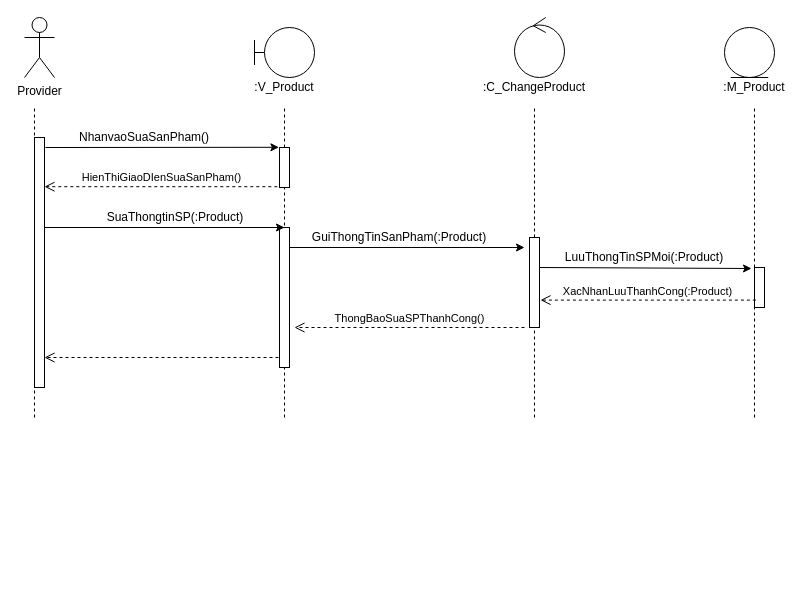
Above: Sequence/SuaSanPham.drawio in hoangminh15/PTTKHT (draw.io), before the change. Source tidied: cells renumbered, new cells numbered last; positions are measured from the earlier drawing's top-left corner, leaving out a move shared by most shapes. Both pictures are drawn from the tidied source at 100%, with x=0, y=0 at pixel (24, 17).
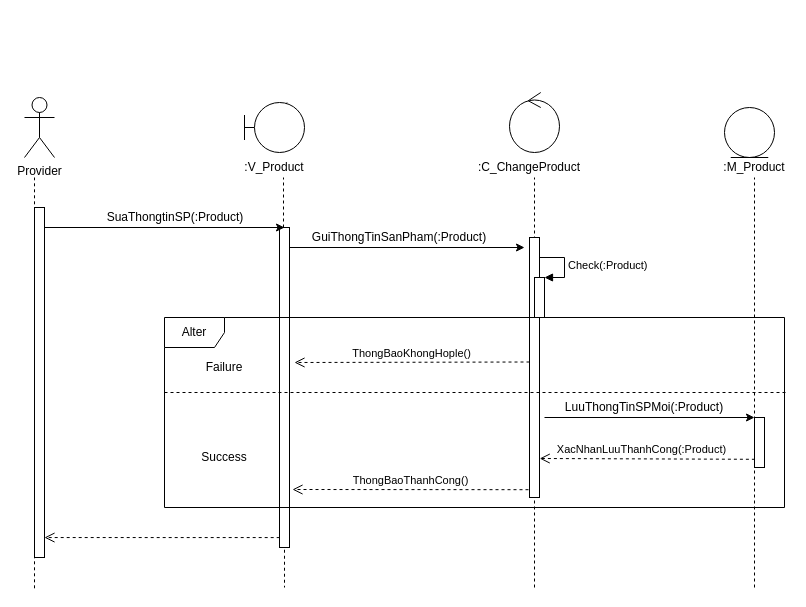
After the change.

What changed in the source:
```diff
@@
     <mxCell id="2" value="Provider" style="shape=umlActor;verticalLabelPosition=bottom;verticalAlign=top;html=1;" parent="1" vertex="1">
-      <mxGeometry width="30" height="60" as="geometry" />
+      <mxGeometry y="80" width="30" height="60" as="geometry" />
     </mxCell>
     <mxCell id="3" style="ellipse;shape=umlControl;whiteSpace=wrap;html=1;" parent="1" vertex="1">
-      <mxGeometry x="490" width="50" height="60" as="geometry" />
+      <mxGeometry x="485" y="75" width="50" height="60" as="geometry" />
     </mxCell>
     <mxCell id="4" value=":V_Product" style="text;html=1;strokeColor=none;fillColor=none;align=center;verticalAlign=middle;whiteSpace=wrap;rounded=0;" parent="1" vertex="1">
-      <mxGeometry x="240" y="60" width="40" height="20" as="geometry" />
+      <mxGeometry x="230" y="140" width="40" height="20" as="geometry" />
     </mxCell>
-    <mxCell id="5" style="shape=umlBoundary;whiteSpace=wrap;html=1;" parent="1" vertex="1">
-      <mxGeometry x="230" y="10" width="60" height="50" as="geometry" />
-    </mxCell>
     <mxCell id="6" style="ellipse;shape=umlEntity;whiteSpace=wrap;html=1;" parent="1" vertex="1">
-      <mxGeometry x="700" y="10" width="50" height="50" as="geometry" />
+      <mxGeometry x="700" y="90" width="50" height="50" as="geometry" />
     </mxCell>
     <mxCell id="7" value=":C_ChangeProduct" style="text;html=1;strokeColor=none;fillColor=none;align=center;verticalAlign=middle;whiteSpace=wrap;rounded=0;" parent="1" vertex="1">
-      <mxGeometry x="490" y="60" width="40" height="20" as="geometry" />
+      <mxGeometry x="485" y="140" width="40" height="20" as="geometry" />
     </mxCell>
     <mxCell id="8" value=":M_Product" style="text;html=1;strokeColor=none;fillColor=none;align=center;verticalAlign=middle;whiteSpace=wrap;rounded=0;" parent="1" vertex="1">
-      <mxGeometry x="710" y="60" width="40" height="20" as="geometry" />
+      <mxGeometry x="710" y="140" width="40" height="20" as="geometry" />
     </mxCell>
     <mxCell id="9" style="endArrow=none;dashed=1;html=1;" parent="1" edge="1">
       <mxGeometry relative="1" as="geometry">
-        <mxPoint x="730" y="400" as="sourcePoint" />
-        <mxPoint x="730" y="90" as="targetPoint" />
+        <mxPoint x="730" y="570" as="sourcePoint" />
+        <mxPoint x="730" y="160" as="targetPoint" />
       </mxGeometry>
     </mxCell>
     <mxCell id="10" style="endArrow=none;dashed=1;html=1;" parent="1" edge="1">
       <mxGeometry relative="1" as="geometry">
-        <mxPoint x="510" y="400" as="sourcePoint" />
-        <mxPoint x="510" y="90" as="targetPoint" />
+        <mxPoint x="510" y="570" as="sourcePoint" />
+        <mxPoint x="510" y="160" as="targetPoint" />
       </mxGeometry>
     </mxCell>
-    <mxCell id="11" style="endArrow=none;dashed=1;html=1;" parent="1" edge="1">
+    <mxCell id="11" style="endArrow=none;dashed=1;html=1;" parent="1" edge="1" source="5">
       <mxGeometry relative="1" as="geometry">
-        <mxPoint x="260" y="400" as="sourcePoint" />
         <mxPoint x="260" y="90" as="targetPoint" />
       </mxGeometry>
     </mxCell>
     <mxCell id="12" style="endArrow=none;dashed=1;html=1;" parent="1" edge="1">
       <mxGeometry relative="1" as="geometry">
-        <mxPoint x="10" y="400" as="sourcePoint" />
-        <mxPoint x="10" y="90" as="targetPoint" />
+        <mxPoint x="10" y="570.8" as="sourcePoint" />
+        <mxPoint x="10" y="160" as="targetPoint" />
       </mxGeometry>
     </mxCell>
     <mxCell id="13" style="html=1;points=[];perimeter=orthogonalPerimeter;" parent="1" vertex="1">
-      <mxGeometry x="10" y="120" width="10" height="250" as="geometry" />
+      <mxGeometry x="10" y="190" width="10" height="350" as="geometry" />
     </mxCell>
-    <mxCell id="14" style="html=1;points=[];perimeter=orthogonalPerimeter;" parent="1" vertex="1">
-      <mxGeometry x="255" y="130" width="10" height="40" as="geometry" />
-    </mxCell>
-    <mxCell id="15" value="HienThiGiaoDIenSuaSanPham()" style="html=1;verticalAlign=bottom;endArrow=open;dashed=1;endSize=8;exitX=-0.22;exitY=0.98;exitDx=0;exitDy=0;exitPerimeter=0;" parent="1" edge="1" source="14" target="13">
-      <mxGeometry relative="1" as="geometry" />
-    </mxCell>
     <mxCell id="16" style="html=1;points=[];perimeter=orthogonalPerimeter;" parent="1" vertex="1">
-      <mxGeometry x="255" y="210" width="10" height="140" as="geometry" />
+      <mxGeometry x="255" y="210" width="10" height="320" as="geometry" />
     </mxCell>
     <mxCell id="17" style="html=1;points=[];perimeter=orthogonalPerimeter;" parent="1" vertex="1">
-      <mxGeometry x="505" y="220" width="10" height="90" as="geometry" />
+      <mxGeometry x="505" y="220" width="10" height="260" as="geometry" />
     </mxCell>
-    <mxCell id="18" style="html=1;points=[];perimeter=orthogonalPerimeter;" parent="1" vertex="1">
-      <mxGeometry x="730" y="250" width="10" height="40" as="geometry" />
-    </mxCell>
-    <mxCell id="19" style="endArrow=classic;html=1;entryX=-0.06;entryY=-0.005;entryDx=0;entryDy=0;entryPerimeter=0;" parent="1" edge="1" target="14">
-      <mxGeometry relative="1" as="geometry">
-        <mxPoint x="21" y="130" as="sourcePoint" />
-      </mxGeometry>
-    </mxCell>
-    <mxCell id="20" value="NhanvaoSuaSanPham()" style="text;html=1;strokeColor=none;fillColor=none;align=center;verticalAlign=middle;whiteSpace=wrap;rounded=0;" parent="1" vertex="1">
-      <mxGeometry x="100" y="110" width="40" height="20" as="geometry" />
-    </mxCell>
@@
-    <mxCell id="25" style="endArrow=classic;html=1;" parent="1" edge="1">
-      <mxGeometry relative="1" as="geometry">
-        <mxPoint x="515" y="250" as="sourcePoint" />
-        <mxPoint x="727" y="251" as="targetPoint" />
-      </mxGeometry>
-    </mxCell>
     <mxCell id="26" value="LuuThongTinSPMoi(:Product)" style="text;html=1;strokeColor=none;fillColor=none;align=center;verticalAlign=middle;whiteSpace=wrap;rounded=0;" parent="1" vertex="1">
-      <mxGeometry x="600" y="230" width="40" height="20" as="geometry" />
+      <mxGeometry x="600" y="380" width="40" height="20" as="geometry" />
     </mxCell>
-    <mxCell id="27" value="XacNhanLuuThanhCong(:Product)" style="html=1;verticalAlign=bottom;endArrow=open;dashed=1;endSize=8;exitX=0.04;exitY=0.815;exitDx=0;exitDy=0;exitPerimeter=0;" parent="1" edge="1">
-      <mxGeometry relative="1" as="geometry">
-        <mxPoint x="731.4" y="282.6" as="sourcePoint" />
-        <mxPoint x="516" y="282.6" as="targetPoint" />
-      </mxGeometry>
+    <mxCell id="27" value="XacNhanLuuThanhCong(:Product)" style="html=1;verticalAlign=bottom;endArrow=open;dashed=1;endSize=8;entryX=1.02;entryY=0.85;entryDx=0;entryDy=0;entryPerimeter=0;exitX=0.04;exitY=0.836;exitDx=0;exitDy=0;exitPerimeter=0;" parent="1" edge="1" source="18" target="17">
+      <mxGeometry x="0.05" relative="1" as="geometry" />
     </mxCell>
-    <mxCell id="28" value="ThongBaoSuaSPThanhCong()" style="html=1;verticalAlign=bottom;endArrow=open;dashed=1;endSize=8;" parent="1" edge="1">
+    <mxCell id="28" value="ThongBaoKhongHople()" style="html=1;verticalAlign=bottom;endArrow=open;dashed=1;endSize=8;" parent="1" edge="1">
       <mxGeometry relative="1" as="geometry">
-        <mxPoint x="500" y="310" as="sourcePoint" />
-        <mxPoint x="270" y="310" as="targetPoint" />
+        <mxPoint x="505" y="344.5" as="sourcePoint" />
+        <mxPoint x="270" y="345" as="targetPoint" />
       </mxGeometry>
     </mxCell>
-    <mxCell id="29" style="html=1;verticalAlign=bottom;endArrow=open;dashed=1;endSize=8;" parent="1" edge="1" target="13">
-      <mxGeometry relative="1" as="geometry">
-        <mxPoint x="254" y="340" as="sourcePoint" />
-      </mxGeometry>
-    </mxCell>
+    <mxCell id="30" style="html=1;points=[];perimeter=orthogonalPerimeter;" parent="1" vertex="1">
+      <mxGeometry x="510" y="260" width="10" height="40" as="geometry" />
+    </mxCell>
+    <mxCell id="31" value="Check(:Product)" style="edgeStyle=orthogonalEdgeStyle;html=1;align=left;spacingLeft=2;endArrow=block;rounded=0;entryX=1;entryY=0;" parent="1" edge="1" target="30">
+      <mxGeometry relative="1" as="geometry">
+        <mxPoint x="515" y="240" as="sourcePoint" />
+        <Array as="points">
+          <mxPoint x="540" y="240" />
+        </Array>
+      </mxGeometry>
+    </mxCell>
+    <mxCell id="32" style="endArrow=classic;html=1;" parent="1" edge="1" target="18">
+      <mxGeometry relative="1" as="geometry">
+        <mxPoint x="520" y="400" as="sourcePoint" />
+      </mxGeometry>
+    </mxCell>
+    <mxCell id="18" style="html=1;points=[];perimeter=orthogonalPerimeter;" parent="1" vertex="1">
+      <mxGeometry x="730" y="400" width="10" height="50" as="geometry" />
+    </mxCell>
+    <mxCell id="33" style="endArrow=none;dashed=1;html=1;" parent="1" edge="1" target="18">
+      <mxGeometry relative="1" as="geometry">
+        <mxPoint x="730" y="400" as="sourcePoint" />
+      </mxGeometry>
+    </mxCell>
+    <mxCell id="34" value="ThongBaoThanhCong()" style="html=1;verticalAlign=bottom;endArrow=open;dashed=1;endSize=8;exitX=-0.1;exitY=0.97;exitDx=0;exitDy=0;exitPerimeter=0;" parent="1" edge="1" source="17">
+      <mxGeometry relative="1" as="geometry">
+        <mxPoint x="268" y="472" as="targetPoint" />
+      </mxGeometry>
+    </mxCell>
+    <mxCell id="35" value="Alter" style="shape=umlFrame;whiteSpace=wrap;html=1;" parent="1" vertex="1">
+      <mxGeometry x="140" y="300" width="620" height="190" as="geometry" />
+    </mxCell>
+    <mxCell id="36" style="html=1;verticalAlign=bottom;endArrow=open;dashed=1;endSize=8;exitX=0.02;exitY=0.969;exitDx=0;exitDy=0;exitPerimeter=0;entryX=1;entryY=0.943;entryDx=0;entryDy=0;entryPerimeter=0;" parent="1" edge="1" source="16" target="13">
+      <mxGeometry relative="1" as="geometry" />
+    </mxCell>
+    <mxCell id="37" style="endArrow=none;dashed=1;html=1;" parent="1" edge="1">
+      <mxGeometry relative="1" as="geometry">
+        <mxPoint x="140" y="375" as="sourcePoint" />
+        <mxPoint x="763" y="375" as="targetPoint" />
+      </mxGeometry>
+    </mxCell>
+    <mxCell id="5" style="shape=umlBoundary;whiteSpace=wrap;html=1;" parent="1" vertex="1">
+      <mxGeometry x="220" y="85" width="60" height="50" as="geometry" />
+    </mxCell>
+    <mxCell id="38" style="endArrow=none;dashed=1;html=1;" parent="1" edge="1">
+      <mxGeometry relative="1" as="geometry">
+        <mxPoint x="259" y="210" as="sourcePoint" />
+        <mxPoint x="259" y="160" as="targetPoint" />
+      </mxGeometry>
+    </mxCell>
+    <mxCell id="39" style="endArrow=none;dashed=1;html=1;exitX=0.5;exitY=1.007;exitDx=0;exitDy=0;exitPerimeter=0;" parent="1" edge="1" source="16">
+      <mxGeometry relative="1" as="geometry">
+        <mxPoint x="260" y="570" as="targetPoint" />
+      </mxGeometry>
+    </mxCell>
+    <mxCell id="40" value="Success" style="text;html=1;strokeColor=none;fillColor=none;align=center;verticalAlign=middle;whiteSpace=wrap;rounded=0;" parent="1" vertex="1">
+      <mxGeometry x="180" y="430" width="40" height="20" as="geometry" />
+    </mxCell>
+    <mxCell id="41" value="Failure" style="text;html=1;strokeColor=none;fillColor=none;align=center;verticalAlign=middle;whiteSpace=wrap;rounded=0;" parent="1" vertex="1">
+      <mxGeometry x="180" y="340" width="40" height="20" as="geometry" />
+    </mxCell>
```
